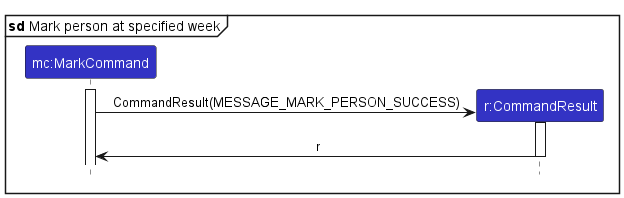
This is docs/assets/dg/SDMarkParticipationCommandResult.png from shamesjen/tp, a PlantUML export, as it was before one commit. Its diagram source:
```plantuml
@startuml
!include style.puml
skinparam ArrowFontStyle plain
skinparam sequenceReferenceBackgroundColor white

mainframe: **sd** Mark person at specified week

participant "mc:MarkCommand" as MarkCommand LOGIC_COLOR
participant "r:CommandResult" as CommandResult LOGIC_COLOR

activate MarkCommand

create CommandResult
MarkCommand -> CommandResult : CommandResult(MESSAGE_MARK_PERSON_SUCCESS)
activate CommandResult

CommandResult -> MarkCommand : r
deactivate CommandResult

@enduml
```
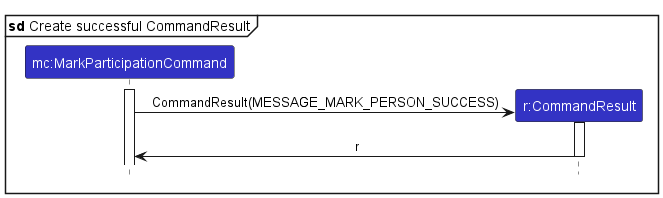
Later version of the same file.

Change to the diagram source:
```diff
@@ -3,18 +3,18 @@
 skinparam ArrowFontStyle plain
 skinparam sequenceReferenceBackgroundColor white
 
-mainframe: **sd** Mark person at specified week
+mainframe: **sd** Create successful CommandResult
 
-participant "mc:MarkCommand" as MarkCommand LOGIC_COLOR
+participant "mc:MarkParticipationCommand" as MarkParticipationCommand LOGIC_COLOR
 participant "r:CommandResult" as CommandResult LOGIC_COLOR
 
-activate MarkCommand
+activate MarkParticipationCommand
 
 create CommandResult
-MarkCommand -> CommandResult : CommandResult(MESSAGE_MARK_PERSON_SUCCESS)
+MarkParticipationCommand -> CommandResult : CommandResult(MESSAGE_MARK_PERSON_SUCCESS)
 activate CommandResult
 
-CommandResult -> MarkCommand : r
+CommandResult -> MarkParticipationCommand : r
 deactivate CommandResult
 
 @enduml
```
